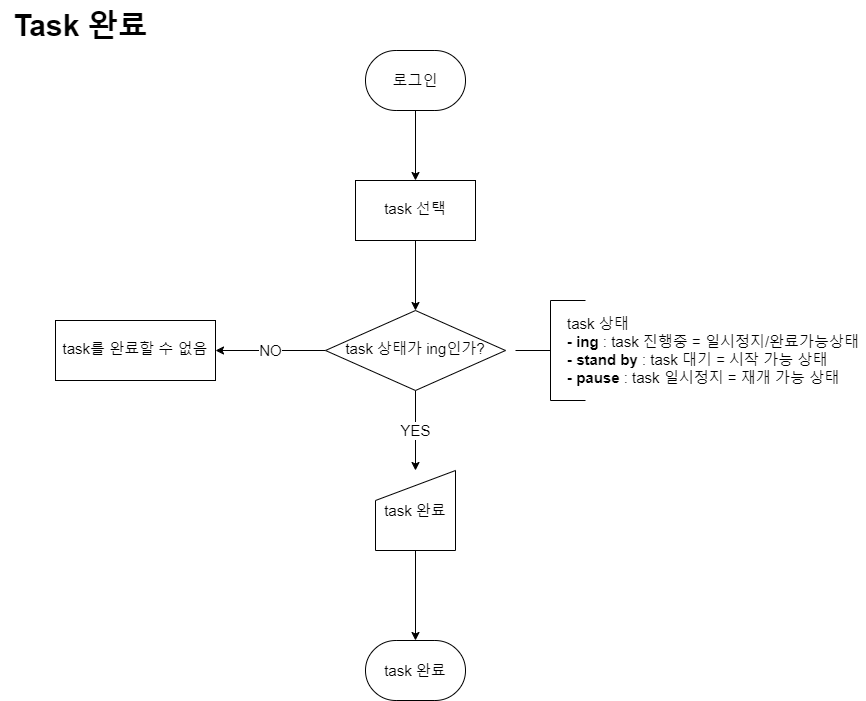
This is timetodo-flowchart/task completion.png from MEOHIN/todo-pe, a draw.io export, as it was before one commit. Source tidied: cells renumbered, new cells last; positions are measured from the earlier drawing's top-left corner, leaving out a move shared by most shapes.
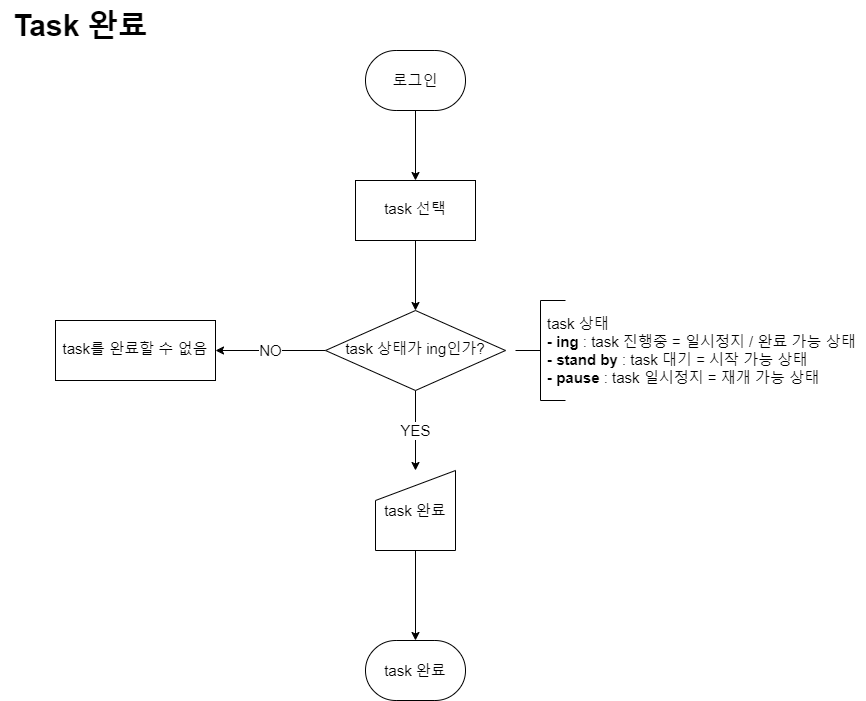
Later version of the same file.

Diff of the diagram source:
```diff
@@ -11,12 +11,6 @@
     <mxCell id="4" value="task 선택" style="whiteSpace=wrap;html=1;fontSize=15;shadow=0;strokeWidth=1;spacing=6;spacingTop=-4;" parent="1" vertex="1">
       <mxGeometry x="355" y="180" width="120" height="60" as="geometry" />
     </mxCell>
-    <mxCell id="5" value="task 상태&lt;br style=&quot;font-size: 15px;&quot;&gt;&lt;b style=&quot;font-size: 15px;&quot;&gt;- ing&lt;/b&gt; : task 진행중 = 일시정지/완료가능상태&lt;br style=&quot;font-size: 15px;&quot;&gt;&lt;b style=&quot;border-color: var(--border-color);&quot;&gt;- stand by&lt;/b&gt;&amp;nbsp;: task 대기 = 시작 가능 상태&lt;br style=&quot;border-color: var(--border-color);&quot;&gt;&lt;b style=&quot;font-size: 15px;&quot;&gt;- pause&lt;/b&gt; : task 일시정지 = 재개 가능 상태" style="text;html=1;strokeColor=none;fillColor=none;align=left;verticalAlign=middle;whiteSpace=wrap;rounded=0;fontSize=15;strokeWidth=1;" parent="1" vertex="1">
-      <mxGeometry x="565" y="300" width="300" height="100" as="geometry" />
-    </mxCell>
-    <mxCell id="6" style="strokeWidth=1;html=1;shape=mxgraph.flowchart.annotation_2;align=left;labelPosition=right;fontSize=15;" parent="1" vertex="1">
-      <mxGeometry x="515" y="300" width="70" height="100" as="geometry" />
-    </mxCell>
     <mxCell id="7" value="로그인" style="strokeWidth=1;html=1;shape=mxgraph.flowchart.terminator;whiteSpace=wrap;fontSize=15;" parent="1" vertex="1">
       <mxGeometry x="365" y="50" width="100" height="60" as="geometry" />
     </mxCell>
@@ -44,5 +38,11 @@
     <mxCell id="15" value="task를 완료할 수 없음" style="whiteSpace=wrap;html=1;fontSize=15;shadow=0;strokeWidth=1;spacing=6;spacingTop=-4;" parent="1" vertex="1">
       <mxGeometry x="55" y="320" width="160" height="60" as="geometry" />
     </mxCell>
+    <mxCell id="16" style="strokeWidth=1;html=1;shape=mxgraph.flowchart.annotation_2;align=left;labelPosition=right;fontSize=15;" parent="1" vertex="1">
+      <mxGeometry x="515" y="300" width="50" height="100" as="geometry" />
+    </mxCell>
+    <mxCell id="17" value="task 상태&lt;br style=&quot;font-size: 15px;&quot;&gt;&lt;b style=&quot;font-size: 15px;&quot;&gt;- ing&lt;/b&gt; : task 진행중 = 일시정지 / 완료 가능 상태&lt;br style=&quot;font-size: 15px;&quot;&gt;&lt;b style=&quot;border-color: var(--border-color);&quot;&gt;- stand by&lt;/b&gt;&amp;nbsp;: task 대기 = 시작 가능 상태&lt;br style=&quot;border-color: var(--border-color);&quot;&gt;&lt;b style=&quot;font-size: 15px;&quot;&gt;- pause&lt;/b&gt; : task 일시정지 = 재개 가능 상태" style="text;html=1;strokeColor=none;fillColor=none;align=left;verticalAlign=middle;whiteSpace=wrap;rounded=0;fontSize=15;strokeWidth=1;" parent="1" vertex="1">
+      <mxGeometry x="545" y="300" width="320" height="100" as="geometry" />
+    </mxCell>
   </root>
 </mxGraphModel>
```
